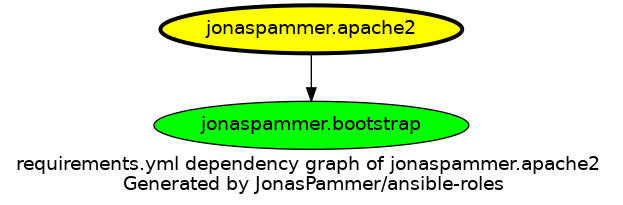
JonasPammer/ansible-roles keeps this Graphviz diagram as graphs/dependencies_apache2.png. Above is the earlier version. Its source is kept beside it as graphs/dependencies_apache2.dot.
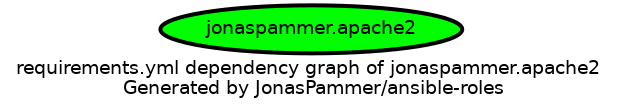
After the change.

The edit, as a diff of the source:
```diff
@@ -3,10 +3,8 @@
   overlap=false
 
   {
-    "jonaspammer.apache2" [fillcolor=yellow style=filled penwidth=3]
-    "jonaspammer.bootstrap" [fillcolor=green style=filled ]
+    "jonaspammer.apache2" [fillcolor=green style=filled penwidth=3]
   }
 
 
-  "jonaspammer.apache2" -> {"jonaspammer.bootstrap"}
 }
```
